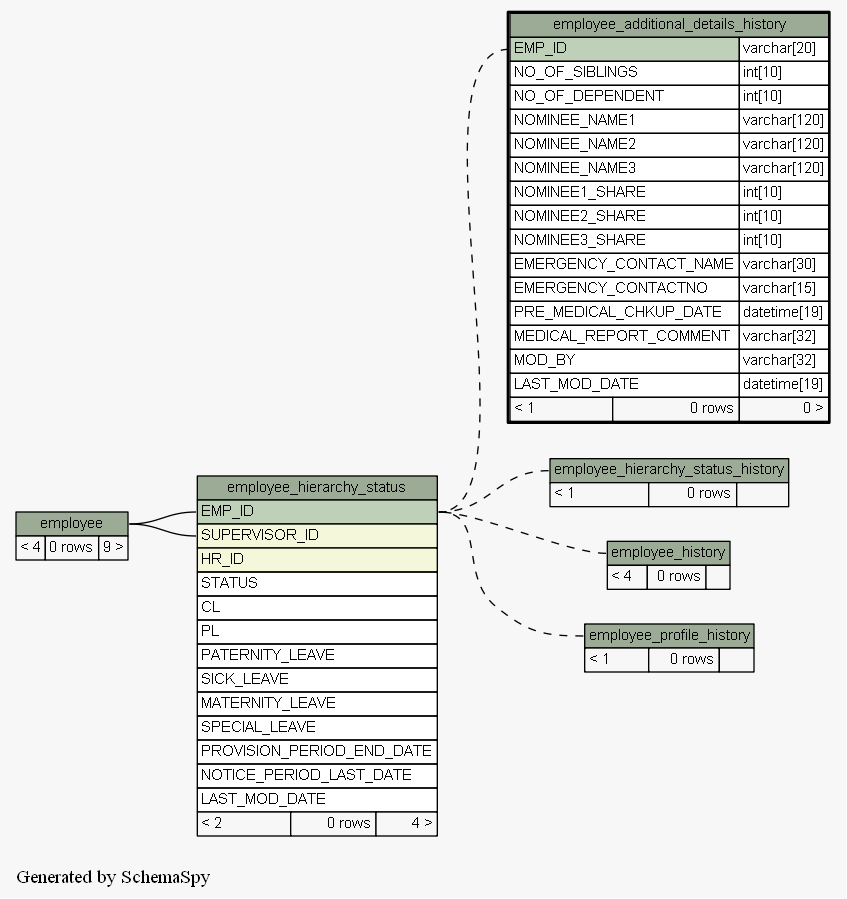
Before: docs/database/schemaspy/graphs/employee_additional_details_history.implied2degrees.png, a diagram exported from Graphviz (engineerscraft/hrms). Its source is kept beside it as docs/database/schemaspy/graphs/employee_additional_details_history.implied2degrees.dot. Source of this version:
```dot
digraph "impliedTwoDegreesRelationshipsGraph" {
  graph [
    rankdir="RL"
    bgcolor="#f7f7f7"
    label="\nGenerated by SchemaSpy"
    labeljust="l"
  ];
  node [
    fontname="Helvetica"
    fontsize="11"
    shape="plaintext"
  ];
  edge [
    arrowsize="0.8"
  ];
  "employee_additional_details_history":"EMP_ID":w -> "employee_hierarchy_status":"EMP_ID":e [arrowtail=tee arrowhead=none style=dashed];
  "employee_hierarchy_status":"EMP_ID":w -> "employee":"employee.heading":e [arrowtail=tee arrowhead=none];
  "employee_hierarchy_status":"SUPERVISOR_ID":w -> "employee":"employee.heading":e [arrowtail=crowodot arrowhead=none];
  "employee_hierarchy_status_history":"employee_hierarchy_status_history.heading":w -> "employee_hierarchy_status":"EMP_ID":e [arrowtail=tee arrowhead=none style=dashed];
  "employee_history":"employee_history.heading":w -> "employee_hierarchy_status":"EMP_ID":e [arrowtail=tee arrowhead=none style=dashed];
  "employee_profile_history":"employee_profile_history.heading":w -> "employee_hierarchy_status":"EMP_ID":e [arrowtail=crowodot arrowhead=none style=dashed];
  "employee" [
    label=<
    <TABLE BORDER="0" CELLBORDER="1" CELLSPACING="0" BGCOLOR="#ffffff">
      <TR><TD PORT="employee.heading" COLSPAN="3" BGCOLOR="#9bab96" ALIGN="CENTER">employee</TD></TR>
      <TR><TD ALIGN="LEFT" BGCOLOR="#f7f7f7">&lt; 4</TD><TD ALIGN="RIGHT" BGCOLOR="#f7f7f7">0 rows</TD><TD ALIGN="RIGHT" BGCOLOR="#f7f7f7">9 &gt;</TD></TR>
    </TABLE>>
    URL="employee.html#graph"
    tooltip="employee"
  ];
  "employee_additional_details_history" [
    label=<
    <TABLE BORDER="2" CELLBORDER="1" CELLSPACING="0" BGCOLOR="#ffffff">
      <TR><TD PORT="employee_additional_details_history.heading" COLSPAN="3" BGCOLOR="#9bab96" ALIGN="CENTER">employee_additional_details_history</TD></TR>
      <TR><TD PORT="EMP_ID" COLSPAN="2" BGCOLOR="#bed1b8" ALIGN="LEFT">EMP_ID</TD><TD PORT="EMP_ID.type" ALIGN="LEFT">varchar[20]</TD></TR>
      <TR><TD PORT="NO_OF_SIBLINGS" COLSPAN="2" ALIGN="LEFT">NO_OF_SIBLINGS</TD><TD PORT="NO_OF_SIBLINGS.type" ALIGN="LEFT">int[10]</TD></TR>
      <TR><TD PORT="NO_OF_DEPENDENT" COLSPAN="2" ALIGN="LEFT">NO_OF_DEPENDENT</TD><TD PORT="NO_OF_DEPENDENT.type" ALIGN="LEFT">int[10]</TD></TR>
      <TR><TD PORT="NOMINEE_NAME1" COLSPAN="2" ALIGN="LEFT">NOMINEE_NAME1</TD><TD PORT="NOMINEE_NAME1.type" ALIGN="LEFT">varchar[120]</TD></TR>
      <TR><TD PORT="NOMINEE_NAME2" COLSPAN="2" ALIGN="LEFT">NOMINEE_NAME2</TD><TD PORT="NOMINEE_NAME2.type" ALIGN="LEFT">varchar[120]</TD></TR>
      <TR><TD PORT="NOMINEE_NAME3" COLSPAN="2" ALIGN="LEFT">NOMINEE_NAME3</TD><TD PORT="NOMINEE_NAME3.type" ALIGN="LEFT">varchar[120]</TD></TR>
      <TR><TD PORT="NOMINEE1_SHARE" COLSPAN="2" ALIGN="LEFT">NOMINEE1_SHARE</TD><TD PORT="NOMINEE1_SHARE.type" ALIGN="LEFT">int[10]</TD></TR>
      <TR><TD PORT="NOMINEE2_SHARE" COLSPAN="2" ALIGN="LEFT">NOMINEE2_SHARE</TD><TD PORT="NOMINEE2_SHARE.type" ALIGN="LEFT">int[10]</TD></TR>
      <TR><TD PORT="NOMINEE3_SHARE" COLSPAN="2" ALIGN="LEFT">NOMINEE3_SHARE</TD><TD PORT="NOMINEE3_SHARE.type" ALIGN="LEFT">int[10]</TD></TR>
      <TR><TD PORT="EMERGENCY_CONTACT_NAME" COLSPAN="2" ALIGN="LEFT">EMERGENCY_CONTACT_NAME</TD><TD PORT="EMERGENCY_CONTACT_NAME.type" ALIGN="LEFT">varchar[30]</TD></TR>
      <TR><TD PORT="EMERGENCY_CONTACTNO" COLSPAN="2" ALIGN="LEFT">EMERGENCY_CONTACTNO</TD><TD PORT="EMERGENCY_CONTACTNO.type" ALIGN="LEFT">varchar[15]</TD></TR>
      <TR><TD PORT="PRE_MEDICAL_CHKUP_DATE" COLSPAN="2" ALIGN="LEFT">PRE_MEDICAL_CHKUP_DATE</TD><TD PORT="PRE_MEDICAL_CHKUP_DATE.type" ALIGN="LEFT">datetime[19]</TD></TR>
      <TR><TD PORT="MEDICAL_REPORT_COMMENT" COLSPAN="2" ALIGN="LEFT">MEDICAL_REPORT_COMMENT</TD><TD PORT="MEDICAL_REPORT_COMMENT.type" ALIGN="LEFT">varchar[32]</TD></TR>
      <TR><TD PORT="MOD_BY" COLSPAN="2" ALIGN="LEFT">MOD_BY</TD><TD PORT="MOD_BY.type" ALIGN="LEFT">varchar[32]</TD></TR>
      <TR><TD PORT="LAST_MOD_DATE" COLSPAN="2" ALIGN="LEFT">LAST_MOD_DATE</TD><TD PORT="LAST_MOD_DATE.type" ALIGN="LEFT">datetime[19]</TD></TR>
      <TR><TD ALIGN="LEFT" BGCOLOR="#f7f7f7">&lt; 1</TD><TD ALIGN="RIGHT" BGCOLOR="#f7f7f7">0 rows</TD><TD ALIGN="RIGHT" BGCOLOR="#f7f7f7">0 &gt;</TD></TR>
    </TABLE>>
    URL="employee_additional_details_history.html#"
    tooltip="employee_additional_details_history"
  ];
  "employee_hierarchy_status" [
    label=<
    <TABLE BORDER="0" CELLBORDER="1" CELLSPACING="0" BGCOLOR="#ffffff">
      <TR><TD PORT="employee_hierarchy_status.heading" COLSPAN="3" BGCOLOR="#9bab96" ALIGN="CENTER">employee_hierarchy_status</TD></TR>
      <TR><TD PORT="EMP_ID" COLSPAN="3" BGCOLOR="#bed1b8" ALIGN="LEFT">EMP_ID</TD></TR>
      <TR><TD PORT="SUPERVISOR_ID" COLSPAN="3" BGCOLOR="#f4f7da" ALIGN="LEFT">SUPERVISOR_ID</TD></TR>
      <TR><TD PORT="HR_ID" COLSPAN="3" BGCOLOR="#f4f7da" ALIGN="LEFT">HR_ID</TD></TR>
      <TR><TD PORT="STATUS" COLSPAN="3" ALIGN="LEFT">STATUS</TD></TR>
      <TR><TD PORT="CL" COLSPAN="3" ALIGN="LEFT">CL</TD></TR>
      <TR><TD PORT="PL" COLSPAN="3" ALIGN="LEFT">PL</TD></TR>
      <TR><TD PORT="PATERNITY_LEAVE" COLSPAN="3" ALIGN="LEFT">PATERNITY_LEAVE</TD></TR>
      <TR><TD PORT="SICK_LEAVE" COLSPAN="3" ALIGN="LEFT">SICK_LEAVE</TD></TR>
      <TR><TD PORT="MATERNITY_LEAVE" COLSPAN="3" ALIGN="LEFT">MATERNITY_LEAVE</TD></TR>
      <TR><TD PORT="SPECIAL_LEAVE" COLSPAN="3" ALIGN="LEFT">SPECIAL_LEAVE</TD></TR>
      <TR><TD PORT="PROVISION_PERIOD_END_DATE" COLSPAN="3" ALIGN="LEFT">PROVISION_PERIOD_END_DATE</TD></TR>
      <TR><TD PORT="NOTICE_PERIOD_LAST_DATE" COLSPAN="3" ALIGN="LEFT">NOTICE_PERIOD_LAST_DATE</TD></TR>
      <TR><TD PORT="LAST_MOD_DATE" COLSPAN="3" ALIGN="LEFT">LAST_MOD_DATE</TD></TR>
      <TR><TD ALIGN="LEFT" BGCOLOR="#f7f7f7">&lt; 2</TD><TD ALIGN="RIGHT" BGCOLOR="#f7f7f7">0 rows</TD><TD ALIGN="RIGHT" BGCOLOR="#f7f7f7">4 &gt;</TD></TR>
    </TABLE>>
    URL="employee_hierarchy_status.html#graph"
    tooltip="employee_hierarchy_status"
  ];
  "employee_hierarchy_status_history" [
    label=<
    <TABLE BORDER="0" CELLBORDER="1" CELLSPACING="0" BGCOLOR="#ffffff">
      <TR><TD PORT="employee_hierarchy_status_history.heading" COLSPAN="3" BGCOLOR="#9bab96" ALIGN="CENTER">employee_hierarchy_status_history</TD></TR>
      <TR><TD ALIGN="LEFT" BGCOLOR="#f7f7f7">&lt; 1</TD><TD ALIGN="RIGHT" BGCOLOR="#f7f7f7">0 rows</TD><TD ALIGN="RIGHT" BGCOLOR="#f7f7f7">  </TD></TR>
    </TABLE>>
    URL="employee_hierarchy_status_history.html#graph"
    tooltip="employee_hierarchy_status_history"
  ];
  "employee_history" [
    label=<
    <TABLE BORDER="0" CELLBORDER="1" CELLSPACING="0" BGCOLOR="#ffffff">
      <TR><TD PORT="employee_history.heading" COLSPAN="3" BGCOLOR="#9bab96" ALIGN="CENTER">employee_history</TD></TR>
      <TR><TD ALIGN="LEFT" BGCOLOR="#f7f7f7">&lt; 4</TD><TD ALIGN="RIGHT" BGCOLOR="#f7f7f7">0 rows</TD><TD ALIGN="RIGHT" BGCOLOR="#f7f7f7">  </TD></TR>
    </TABLE>>
    URL="employee_history.html#graph"
    tooltip="employee_history"
  ];
  "employee_profile_history" [
    label=<
    <TABLE BORDER="0" CELLBORDER="1" CELLSPACING="0" BGCOLOR="#ffffff">
      <TR><TD PORT="employee_profile_history.heading" COLSPAN="3" BGCOLOR="#9bab96" ALIGN="CENTER">employee_profile_history</TD></TR>
      <TR><TD ALIGN="LEFT" BGCOLOR="#f7f7f7">&lt; 1</TD><TD ALIGN="RIGHT" BGCOLOR="#f7f7f7">0 rows</TD><TD ALIGN="RIGHT" BGCOLOR="#f7f7f7">  </TD></TR>
    </TABLE>>
    URL="employee_profile_history.html#graph"
    tooltip="employee_profile_history"
  ];
}
```
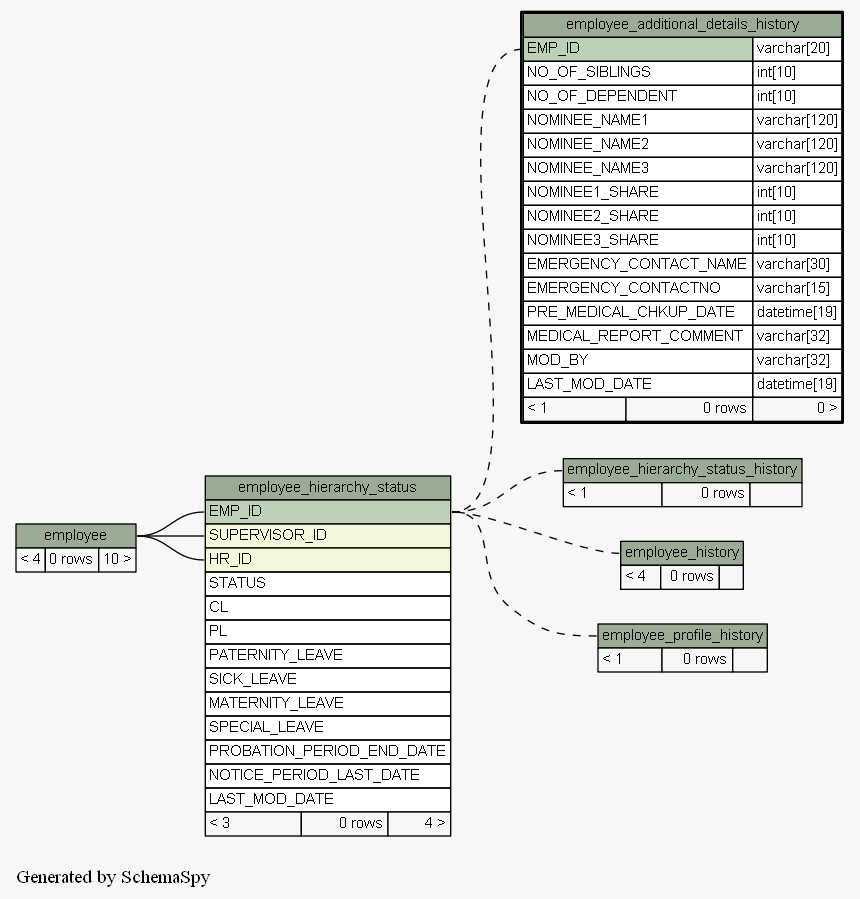
Later version of the same file.

Change to the diagram source:
```diff
@@ -15,6 +15,7 @@
   ];
   "employee_additional_details_history":"EMP_ID":w -> "employee_hierarchy_status":"EMP_ID":e [arrowtail=tee arrowhead=none style=dashed];
   "employee_hierarchy_status":"EMP_ID":w -> "employee":"employee.heading":e [arrowtail=tee arrowhead=none];
+  "employee_hierarchy_status":"HR_ID":w -> "employee":"employee.heading":e [arrowtail=crowodot arrowhead=none];
   "employee_hierarchy_status":"SUPERVISOR_ID":w -> "employee":"employee.heading":e [arrowtail=crowodot arrowhead=none];
   "employee_hierarchy_status_history":"employee_hierarchy_status_history.heading":w -> "employee_hierarchy_status":"EMP_ID":e [arrowtail=tee arrowhead=none style=dashed];
   "employee_history":"employee_history.heading":w -> "employee_hierarchy_status":"EMP_ID":e [arrowtail=tee arrowhead=none style=dashed];
@@ -23,7 +24,7 @@
     label=<
     <TABLE BORDER="0" CELLBORDER="1" CELLSPACING="0" BGCOLOR="#ffffff">
       <TR><TD PORT="employee.heading" COLSPAN="3" BGCOLOR="#9bab96" ALIGN="CENTER">employee</TD></TR>
-      <TR><TD ALIGN="LEFT" BGCOLOR="#f7f7f7">&lt; 4</TD><TD ALIGN="RIGHT" BGCOLOR="#f7f7f7">0 rows</TD><TD ALIGN="RIGHT" BGCOLOR="#f7f7f7">9 &gt;</TD></TR>
+      <TR><TD ALIGN="LEFT" BGCOLOR="#f7f7f7">&lt; 4</TD><TD ALIGN="RIGHT" BGCOLOR="#f7f7f7">0 rows</TD><TD ALIGN="RIGHT" BGCOLOR="#f7f7f7">10 &gt;</TD></TR>
     </TABLE>>
     URL="employee.html#graph"
     tooltip="employee"
@@ -66,10 +67,10 @@
       <TR><TD PORT="SICK_LEAVE" COLSPAN="3" ALIGN="LEFT">SICK_LEAVE</TD></TR>
       <TR><TD PORT="MATERNITY_LEAVE" COLSPAN="3" ALIGN="LEFT">MATERNITY_LEAVE</TD></TR>
       <TR><TD PORT="SPECIAL_LEAVE" COLSPAN="3" ALIGN="LEFT">SPECIAL_LEAVE</TD></TR>
-      <TR><TD PORT="PROVISION_PERIOD_END_DATE" COLSPAN="3" ALIGN="LEFT">PROVISION_PERIOD_END_DATE</TD></TR>
+      <TR><TD PORT="PROBATION_PERIOD_END_DATE" COLSPAN="3" ALIGN="LEFT">PROBATION_PERIOD_END_DATE</TD></TR>
       <TR><TD PORT="NOTICE_PERIOD_LAST_DATE" COLSPAN="3" ALIGN="LEFT">NOTICE_PERIOD_LAST_DATE</TD></TR>
       <TR><TD PORT="LAST_MOD_DATE" COLSPAN="3" ALIGN="LEFT">LAST_MOD_DATE</TD></TR>
-      <TR><TD ALIGN="LEFT" BGCOLOR="#f7f7f7">&lt; 2</TD><TD ALIGN="RIGHT" BGCOLOR="#f7f7f7">0 rows</TD><TD ALIGN="RIGHT" BGCOLOR="#f7f7f7">4 &gt;</TD></TR>
+      <TR><TD ALIGN="LEFT" BGCOLOR="#f7f7f7">&lt; 3</TD><TD ALIGN="RIGHT" BGCOLOR="#f7f7f7">0 rows</TD><TD ALIGN="RIGHT" BGCOLOR="#f7f7f7">4 &gt;</TD></TR>
     </TABLE>>
     URL="employee_hierarchy_status.html#graph"
     tooltip="employee_hierarchy_status"
```
